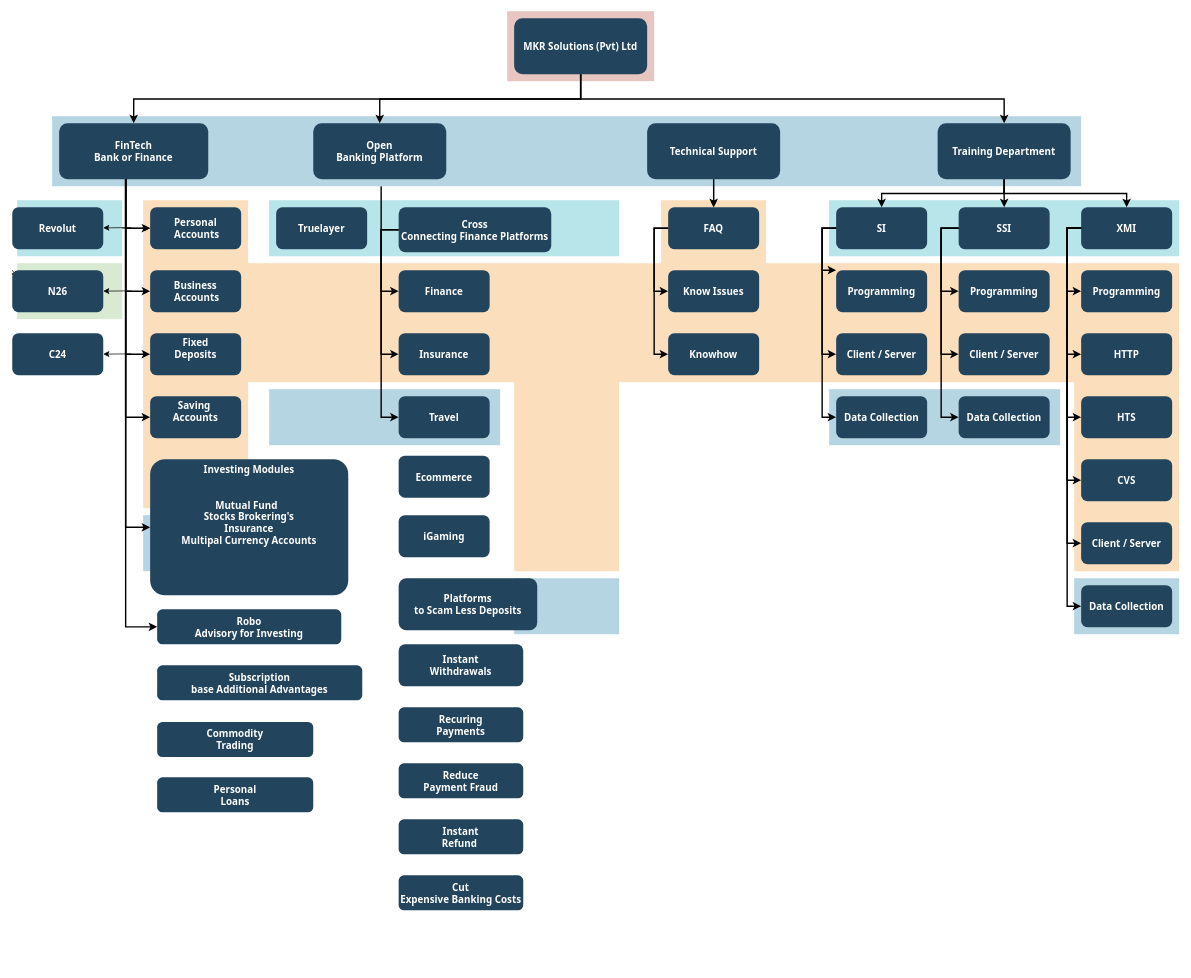
sachini9427/MKR keeps this draw.io diagram as MKR.drawio. Above is the earlier version. Source tidied: cells renumbered, new cells numbered last; positions are measured from the earlier drawing's top-left corner, leaving out a move shared by most shapes. Both pictures are drawn from the tidied source at 70%, with x=0, y=0 at pixel (12, 11).
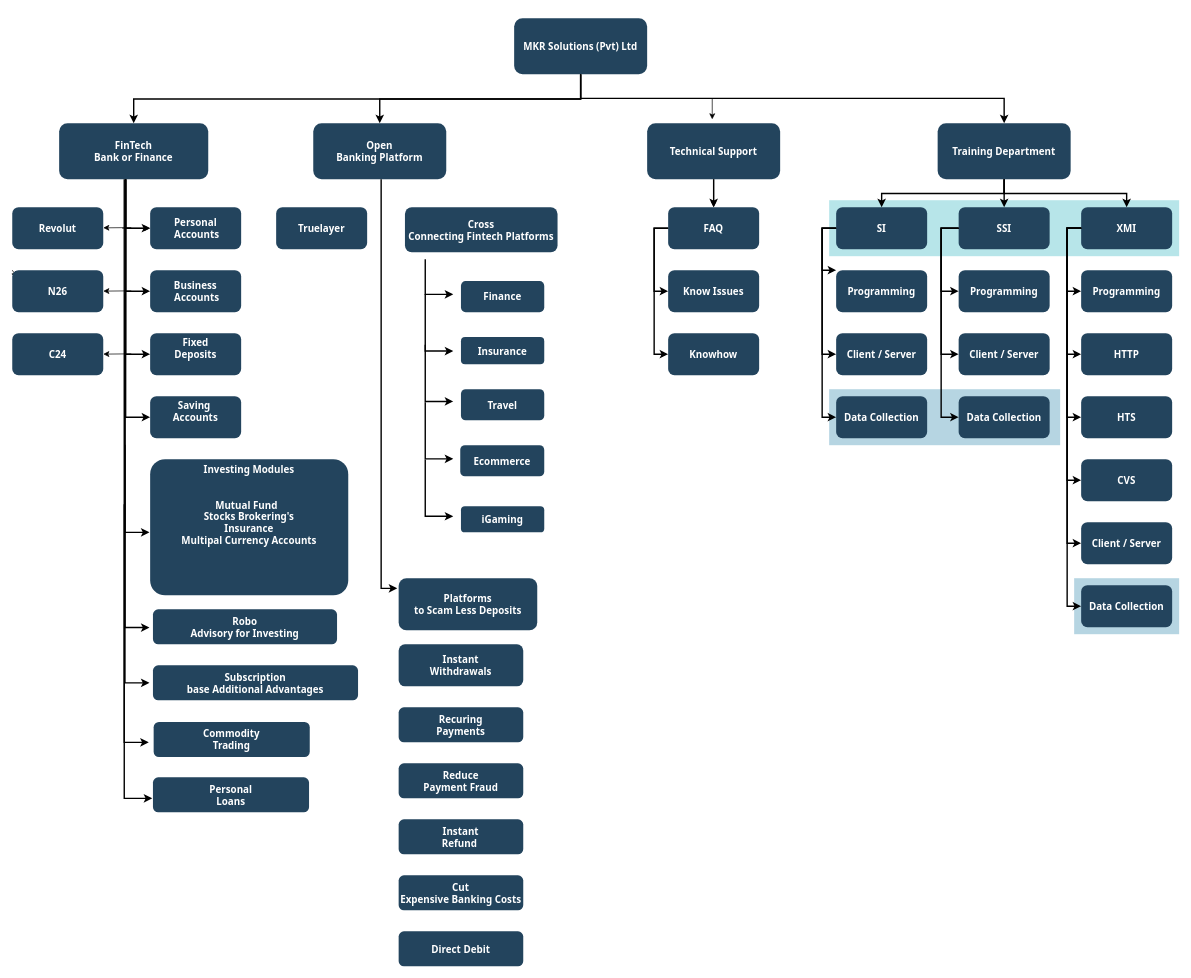
After the change.

Unchanged cells that the change refers to:
```xml
<mxCell id="19" value="MKR Solutions (Pvt) Ltd" style="rounded=1;fillColor=#23445D;gradientColor=none;strokeColor=none;fontColor=#FFFFFF;fontStyle=1;fontFamily=Tahoma;fontSize=14;" parent="1" vertex="1">
  <mxGeometry x="717" y="9.5" width="190" height="80" as="geometry" />
</mxCell>
<mxCell id="20" value="Training Department" style="rounded=1;fillColor=#23445D;gradientColor=none;strokeColor=none;fontColor=#FFFFFF;fontStyle=1;fontFamily=Tahoma;fontSize=14;" parent="1" vertex="1">
  <mxGeometry x="1322" y="159.5" width="190" height="80" as="geometry" />
</mxCell>
<mxCell id="25" value="FinTech&#10;Bank or Finance" style="rounded=1;fillColor=#23445D;gradientColor=none;strokeColor=none;fontColor=#FFFFFF;fontStyle=1;fontFamily=Tahoma;fontSize=14;" parent="1" vertex="1">
  <mxGeometry x="67" y="159.5" width="213" height="80" as="geometry" />
</mxCell>
<mxCell id="28" value="N26" style="rounded=1;fillColor=#23445D;gradientColor=none;strokeColor=none;fontColor=#FFFFFF;fontStyle=1;fontFamily=Tahoma;fontSize=14;" parent="1" vertex="1">
  <mxGeometry y="369.5" width="130" height="60" as="geometry" />
</mxCell>
<mxCell id="29" value="Personal&#10; Accounts" style="rounded=1;fillColor=#23445D;gradientColor=none;strokeColor=none;fontColor=#FFFFFF;fontStyle=1;fontFamily=Tahoma;fontSize=14;" parent="1" vertex="1">
  <mxGeometry x="197" y="279.5" width="130" height="60" as="geometry" />
</mxCell>
<mxCell id="33" value="Investing Modules&#10;&#10; &#10;  Mutual Fund&#10;Stocks Brokering's&#10;Insurance&#10;Multipal Currency Accounts&#10;&#10;&#10;&#10;&#10;&#10; &#10;  &#10;  &#10;&#10;  &#10; &#10;&#10;" style="rounded=1;fillColor=#23445D;gradientColor=none;strokeColor=none;fontColor=#FFFFFF;fontStyle=1;fontFamily=Tahoma;fontSize=14;arcSize=11;verticalAlign=top;textDirection=rtl;labelPosition=center;verticalLabelPosition=middle;align=center;" parent="1" vertex="1">
  <mxGeometry x="197" y="639.5" width="283" height="194.5" as="geometry" />
</mxCell>
```

Change to the diagram source:
```diff
@@
-    <mxCell id="2" style="fillColor=#AE4132;strokeColor=none;opacity=30;" parent="1" vertex="1">
-      <mxGeometry x="707" y="-0.5" width="210" height="100" as="geometry" />
-    </mxCell>
-    <mxCell id="3" style="fillColor=#10739E;strokeColor=none;opacity=30;" parent="1" vertex="1">
-      <mxGeometry x="57" y="149.5" width="1470" height="100" as="geometry" />
-    </mxCell>
-    <mxCell id="4" style="fillColor=#F2931E;strokeColor=none;opacity=30;" parent="1" vertex="1">
-      <mxGeometry x="1517" y="529.5" width="150" height="270" as="geometry" />
-    </mxCell>
-    <mxCell id="5" style="fillColor=#F2931E;strokeColor=none;opacity=30;" parent="1" vertex="1">
-      <mxGeometry x="927" y="269.5" width="150" height="90" as="geometry" />
-    </mxCell>
-    <mxCell id="6" style="fillColor=#F2931E;strokeColor=none;opacity=30;" parent="1" vertex="1">
-      <mxGeometry x="717" y="529.5" width="150" height="270" as="geometry" />
-    </mxCell>
-    <mxCell id="7" style="fillColor=#F2931E;strokeColor=none;opacity=30;" parent="1" vertex="1">
-      <mxGeometry x="187" y="269.5" width="150" height="440" as="geometry" />
-    </mxCell>
-    <mxCell id="8" style="fillColor=#F2931E;strokeColor=none;opacity=30;" parent="1" vertex="1">
-      <mxGeometry x="337" y="359.5" width="1330" height="170" as="geometry" />
-    </mxCell>
@@
-    <mxCell id="11" style="fillColor=#10739E;strokeColor=none;opacity=30;" parent="1" vertex="1">
-      <mxGeometry x="717" y="809.5" width="150" height="80" as="geometry" />
-    </mxCell>
-    <mxCell id="12" style="fillColor=#10739E;strokeColor=none;opacity=30;" parent="1" vertex="1">
-      <mxGeometry x="367" y="539.5" width="330" height="80" as="geometry" />
-    </mxCell>
-    <mxCell id="13" style="fillColor=#10739E;strokeColor=none;opacity=30;" parent="1" vertex="1">
-      <mxGeometry x="187" y="719.5" width="150" height="80" as="geometry" />
-    </mxCell>
-    <mxCell id="14" style="fillColor=#D9EAD3;strokeColor=none;" parent="1" vertex="1">
-      <mxGeometry x="7" y="359.5" width="150" height="80" as="geometry" />
-    </mxCell>
@@
-    <mxCell id="16" style="fillColor=#12AAB5;strokeColor=none;opacity=30;" parent="1" vertex="1">
-      <mxGeometry x="367" y="269.5" width="500" height="80" as="geometry" />
-    </mxCell>
-    <mxCell id="17" style="edgeStyle=none;rounded=0;jettySize=auto;html=1;" parent="1" edge="1" source="18" target="29">
-      <mxGeometry relative="1" as="geometry" />
+    <mxCell id="17" style="edgeStyle=none;rounded=0;jettySize=auto;html=1;" parent="1" edge="1" target="29">
+      <mxGeometry relative="1" as="geometry">
+        <mxPoint x="157" y="309.5" as="sourcePoint" />
+      </mxGeometry>
     </mxCell>
-    <mxCell id="18" style="fillColor=#12AAB5;strokeColor=none;opacity=30;" parent="1" vertex="1">
-      <mxGeometry x="7" y="269.5" width="150" height="80" as="geometry" />
-    </mxCell>
@@
     <mxCell id="21" style="edgeStyle=elbowEdgeStyle;elbow=vertical;strokeWidth=2;rounded=0;" parent="1" edge="1" source="19" target="20">
-      <mxGeometry x="337" y="215.5" as="geometry" />
+      <mxGeometry x="337" y="215.5" as="geometry">
+        <Array as="points">
+          <mxPoint x="1000" y="124" />
+          <mxPoint x="1010" y="125" />
+        </Array>
+      </mxGeometry>
     </mxCell>
@@
-    <mxCell id="27" style="edgeStyle=none;rounded=0;jettySize=auto;html=1;exitX=0;exitY=0;exitDx=0;exitDy=0;entryX=0;entryY=0.25;entryDx=0;entryDy=0;" parent="1" edge="1" source="28" target="14">
-      <mxGeometry relative="1" as="geometry" />
+    <mxCell id="27" style="edgeStyle=none;rounded=0;jettySize=auto;html=1;exitX=0;exitY=0;exitDx=0;exitDy=0;entryX=0;entryY=0.25;entryDx=0;entryDy=0;" parent="1" edge="1" source="28">
+      <mxGeometry relative="1" as="geometry">
+        <mxPoint x="7" y="379.5" as="targetPoint" />
+      </mxGeometry>
     </mxCell>
@@
     <mxCell id="34" value="Robo&#10;Advisory for Investing" style="rounded=1;fillColor=#23445D;gradientColor=none;strokeColor=none;fontColor=#FFFFFF;fontStyle=1;fontFamily=Tahoma;fontSize=14;" parent="1" vertex="1">
-      <mxGeometry x="207" y="854" width="263" height="50" as="geometry" />
+      <mxGeometry x="201" y="854" width="263" height="50" as="geometry" />
     </mxCell>
@@
-    <mxCell id="36" value="Cross&#10;Connecting Finance Platforms" style="rounded=1;fillColor=#23445D;gradientColor=none;strokeColor=none;fontColor=#FFFFFF;fontStyle=1;fontFamily=Tahoma;fontSize=14;" parent="1" vertex="1">
-      <mxGeometry x="552" y="279.5" width="218" height="64.5" as="geometry" />
+    <mxCell id="36" value="Cross&#10;Connecting Fintech Platforms" style="rounded=1;fillColor=#23445D;gradientColor=none;strokeColor=none;fontColor=#FFFFFF;fontStyle=1;fontFamily=Tahoma;fontSize=14;" parent="1" vertex="1">
+      <mxGeometry x="561" y="279.5" width="218" height="64.5" as="geometry" />
     </mxCell>
     <mxCell id="37" value="Finance" style="rounded=1;fillColor=#23445D;gradientColor=none;strokeColor=none;fontColor=#FFFFFF;fontStyle=1;fontFamily=Tahoma;fontSize=14;" parent="1" vertex="1">
-      <mxGeometry x="552" y="369.5" width="130" height="60" as="geometry" />
+      <mxGeometry x="641" y="385" width="119" height="44.5" as="geometry" />
     </mxCell>
     <mxCell id="38" value="Insurance" style="rounded=1;fillColor=#23445D;gradientColor=none;strokeColor=none;fontColor=#FFFFFF;fontStyle=1;fontFamily=Tahoma;fontSize=14;" parent="1" vertex="1">
-      <mxGeometry x="552" y="459.5" width="130" height="60" as="geometry" />
+      <mxGeometry x="641" y="465" width="119" height="39" as="geometry" />
     </mxCell>
     <mxCell id="39" value="Travel" style="rounded=1;fillColor=#23445D;gradientColor=none;strokeColor=none;fontColor=#FFFFFF;fontStyle=1;fontFamily=Tahoma;fontSize=14;" parent="1" vertex="1">
-      <mxGeometry x="552" y="549.5" width="130" height="60" as="geometry" />
+      <mxGeometry x="641" y="539.5" width="119" height="44.5" as="geometry" />
     </mxCell>
     <mxCell id="40" value="Ecommerce" style="rounded=1;fillColor=#23445D;gradientColor=none;strokeColor=none;fontColor=#FFFFFF;fontStyle=1;fontFamily=Tahoma;fontSize=14;" parent="1" vertex="1">
-      <mxGeometry x="552" y="634.5" width="130" height="60" as="geometry" />
+      <mxGeometry x="640" y="619.5" width="120" height="44.5" as="geometry" />
     </mxCell>
     <mxCell id="41" value="iGaming" style="rounded=1;fillColor=#23445D;gradientColor=none;strokeColor=none;fontColor=#FFFFFF;fontStyle=1;fontFamily=Tahoma;fontSize=14;" parent="1" vertex="1">
-      <mxGeometry x="552" y="719.5" width="130" height="60" as="geometry" />
+      <mxGeometry x="641" y="706.8" width="119" height="37.2" as="geometry" />
     </mxCell>
@@
-    <mxCell id="69" style="edgeStyle=elbowEdgeStyle;elbow=horizontal;strokeWidth=2;rounded=0;" parent="1" edge="1" source="25" target="33">
+    <mxCell id="69" style="edgeStyle=elbowEdgeStyle;elbow=horizontal;strokeWidth=2;rounded=0;" parent="1" edge="1" source="25">
       <mxGeometry x="-23" y="135.5" as="geometry">
+        <mxPoint x="200" y="1124" as="targetPoint" />
         <Array as="points">
-          <mxPoint x="162" y="439.5" />
+          <mxPoint x="160" y="1124" />
         </Array>
       </mxGeometry>
     </mxCell>
-    <mxCell id="70" style="edgeStyle=elbowEdgeStyle;elbow=horizontal;strokeWidth=2;rounded=0;" parent="1" edge="1" source="25" target="34">
-      <mxGeometry x="-23" y="135.5" as="geometry">
-        <Array as="points">
-          <mxPoint x="162" y="489.5" />
-        </Array>
-      </mxGeometry>
-    </mxCell>
-    <mxCell id="71" style="edgeStyle=elbowEdgeStyle;elbow=horizontal;strokeWidth=2;rounded=0;" parent="1" edge="1" source="36" target="37">
+    <mxCell id="71" style="edgeStyle=elbowEdgeStyle;elbow=horizontal;strokeWidth=2;rounded=0;" parent="1" edge="1">
       <mxGeometry x="-23" y="135.5" as="geometry">
+        <mxPoint x="590" y="354" as="sourcePoint" />
+        <mxPoint x="630" y="404" as="targetPoint" />
         <Array as="points">
-          <mxPoint x="527" y="359.5" />
+          <mxPoint x="590" y="364" />
         </Array>
       </mxGeometry>
     </mxCell>
-    <mxCell id="72" style="edgeStyle=elbowEdgeStyle;elbow=horizontal;strokeWidth=2;rounded=0;" parent="1" edge="1" source="36" target="38">
-      <mxGeometry x="-23" y="135.5" as="geometry">
-        <Array as="points">
-          <mxPoint x="527" y="399.5" />
-        </Array>
-      </mxGeometry>
-    </mxCell>
-    <mxCell id="73" style="edgeStyle=elbowEdgeStyle;elbow=horizontal;strokeWidth=2;rounded=0;" parent="1" edge="1" source="3" target="39">
+    <mxCell id="73" style="edgeStyle=elbowEdgeStyle;elbow=horizontal;strokeWidth=2;rounded=0;" parent="1" edge="1">
       <mxGeometry x="-23" y="135.5" as="geometry">
+        <mxPoint x="527" y="239.5" as="sourcePoint" />
+        <mxPoint x="550" y="824" as="targetPoint" />
         <Array as="points">
-          <mxPoint x="527" y="439.5" />
+          <mxPoint x="527" y="429.5" />
         </Array>
       </mxGeometry>
     </mxCell>
@@
     <mxCell id="97" value="Subscription&#10;base Additional Advantages" style="rounded=1;fillColor=#23445D;gradientColor=none;strokeColor=none;fontColor=#FFFFFF;fontStyle=1;fontFamily=Tahoma;fontSize=14;" parent="1" vertex="1">
-      <mxGeometry x="207" y="934" width="293" height="50" as="geometry" />
+      <mxGeometry x="201" y="934" width="293" height="50" as="geometry" />
     </mxCell>
     <mxCell id="98" value="Commodity&#10;Trading" style="rounded=1;fillColor=#23445D;gradientColor=none;strokeColor=none;fontColor=#FFFFFF;fontStyle=1;fontFamily=Tahoma;fontSize=14;" parent="1" vertex="1">
-      <mxGeometry x="207" y="1015" width="223" height="50" as="geometry" />
+      <mxGeometry x="202" y="1015" width="223" height="50" as="geometry" />
     </mxCell>
     <mxCell id="99" value="Personal&#10;Loans" style="rounded=1;fillColor=#23445D;gradientColor=none;strokeColor=none;fontColor=#FFFFFF;fontStyle=1;fontFamily=Tahoma;fontSize=14;" parent="1" vertex="1">
-      <mxGeometry x="207" y="1094" width="223" height="50" as="geometry" />
+      <mxGeometry x="201" y="1094" width="223" height="50" as="geometry" />
     </mxCell>
@@
+    <mxCell id="104" style="endArrow=classic;html=1;rounded=0;" parent="1" edge="1">
+      <mxGeometry relative="1" as="geometry">
+        <mxPoint x="1000" y="124" as="sourcePoint" />
+        <mxPoint x="1000" y="154" as="targetPoint" />
+      </mxGeometry>
+    </mxCell>
+    <mxCell id="105" value="Direct Debit" style="rounded=1;fillColor=#23445D;gradientColor=none;strokeColor=none;fontColor=#FFFFFF;fontStyle=1;fontFamily=Tahoma;fontSize=14;" parent="1" vertex="1">
+      <mxGeometry x="552" y="1314" width="178" height="50" as="geometry" />
+    </mxCell>
+    <mxCell id="106" style="edgeStyle=elbowEdgeStyle;elbow=horizontal;strokeWidth=2;rounded=0;" parent="1" edge="1">
+      <mxGeometry x="-23" y="135.5" as="geometry">
+        <mxPoint x="161" y="404" as="sourcePoint" />
+        <mxPoint x="196" y="744" as="targetPoint" />
+        <Array as="points">
+          <mxPoint x="161" y="563.5" />
+        </Array>
+      </mxGeometry>
+    </mxCell>
+    <mxCell id="107" style="edgeStyle=elbowEdgeStyle;elbow=horizontal;strokeWidth=2;rounded=0;" parent="1" edge="1">
+      <mxGeometry x="-23" y="135.5" as="geometry">
+        <mxPoint x="161" y="540" as="sourcePoint" />
+        <mxPoint x="196" y="880" as="targetPoint" />
+        <Array as="points">
+          <mxPoint x="161" y="699.5" />
+        </Array>
+      </mxGeometry>
+    </mxCell>
+    <mxCell id="108" style="edgeStyle=elbowEdgeStyle;elbow=horizontal;strokeWidth=2;rounded=0;" parent="1" edge="1">
+      <mxGeometry x="-23" y="135.5" as="geometry">
+        <mxPoint x="161" y="619" as="sourcePoint" />
+        <mxPoint x="196" y="959" as="targetPoint" />
+        <Array as="points">
+          <mxPoint x="161" y="778.5" />
+        </Array>
+      </mxGeometry>
+    </mxCell>
+    <mxCell id="109" style="edgeStyle=elbowEdgeStyle;elbow=horizontal;strokeWidth=2;rounded=0;" parent="1" edge="1">
+      <mxGeometry x="-23" y="135.5" as="geometry">
+        <mxPoint x="160" y="704" as="sourcePoint" />
+        <mxPoint x="195" y="1044" as="targetPoint" />
+        <Array as="points">
+          <mxPoint x="160" y="863.5" />
+        </Array>
+      </mxGeometry>
+    </mxCell>
+    <mxCell id="110" style="edgeStyle=elbowEdgeStyle;elbow=horizontal;strokeWidth=2;rounded=0;" parent="1" edge="1">
+      <mxGeometry x="-23" y="135.5" as="geometry">
+        <mxPoint x="590" y="404" as="sourcePoint" />
+        <mxPoint x="630" y="485" as="targetPoint" />
+        <Array as="points">
+          <mxPoint x="590" y="444" />
+        </Array>
+      </mxGeometry>
+    </mxCell>
+    <mxCell id="111" style="edgeStyle=elbowEdgeStyle;elbow=horizontal;strokeWidth=2;rounded=0;" parent="1" edge="1">
+      <mxGeometry x="-23" y="135.5" as="geometry">
+        <mxPoint x="590" y="476" as="sourcePoint" />
+        <mxPoint x="630" y="557" as="targetPoint" />
+        <Array as="points">
+          <mxPoint x="590" y="516" />
+        </Array>
+      </mxGeometry>
+    </mxCell>
+    <mxCell id="112" style="edgeStyle=elbowEdgeStyle;elbow=horizontal;strokeWidth=2;rounded=0;" parent="1" edge="1">
+      <mxGeometry x="-23" y="135.5" as="geometry">
+        <mxPoint x="590" y="558" as="sourcePoint" />
+        <mxPoint x="630" y="639" as="targetPoint" />
+        <Array as="points">
+          <mxPoint x="590" y="598" />
+        </Array>
+      </mxGeometry>
+    </mxCell>
+    <mxCell id="113" style="edgeStyle=elbowEdgeStyle;elbow=horizontal;strokeWidth=2;rounded=0;" parent="1" edge="1">
+      <mxGeometry x="-23" y="135.5" as="geometry">
+        <mxPoint x="590" y="640" as="sourcePoint" />
+        <mxPoint x="630" y="721" as="targetPoint" />
+        <Array as="points">
+          <mxPoint x="590" y="680" />
+        </Array>
+      </mxGeometry>
+    </mxCell>
```
